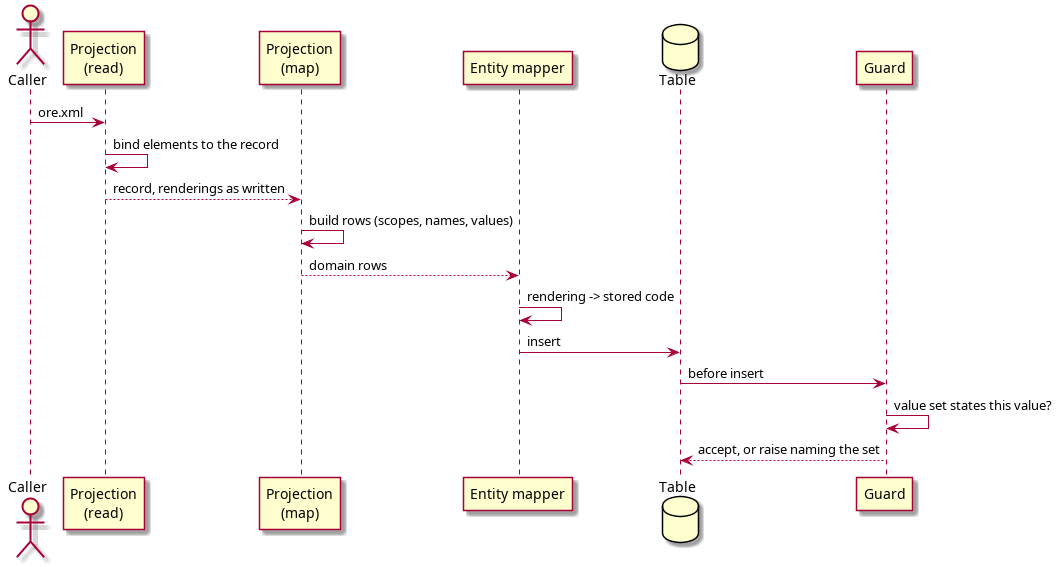
This is doc/knowledge/architecture/an_ore_document_becomes_rows_in_three_steps.png from OreStudio/OreStudio, a PlantUML export, as it was before one commit. Its source is kept beside it as doc/knowledge/architecture/an_ore_document_becomes_rows_in_three_steps.puml. The source it was exported from:
```plantuml
@startuml
actor "Caller" as caller
participant "Projection\n(read)" as codec
participant "Projection\n(map)" as map
participant "Entity mapper" as mapper
database "Table" as db
participant "Guard" as guard

caller -> codec : ore.xml
codec -> codec : bind elements to the record
codec --> map : record, renderings as written
map -> map : build rows (scopes, names, values)
map --> mapper : domain rows
mapper -> mapper : rendering -> stored code
mapper -> db : insert
db -> guard : before insert
guard -> guard : value set states this value?
guard --> db : accept, or raise naming the set
@enduml
```
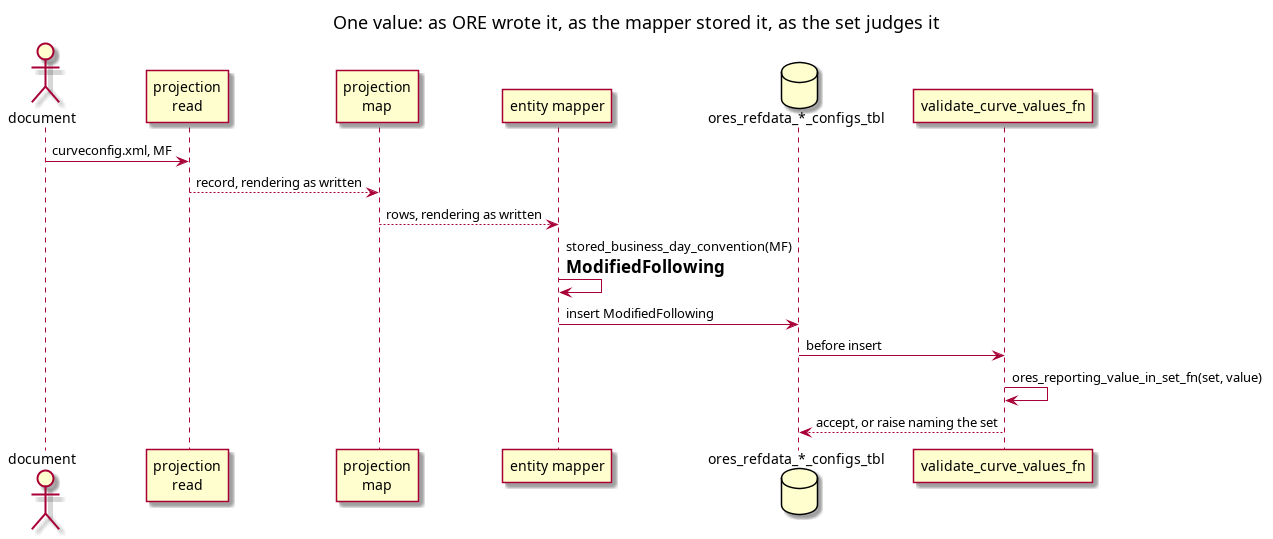
The same file after the commit.

What changed in the source:
```diff
@@ -1,19 +1,21 @@
 @startuml
-actor "Caller" as caller
-participant "Projection\n(read)" as codec
-participant "Projection\n(map)" as map
-participant "Entity mapper" as mapper
-database "Table" as db
-participant "Guard" as guard
 
-caller -> codec : ore.xml
-codec -> codec : bind elements to the record
-codec --> map : record, renderings as written
-map -> map : build rows (scopes, names, values)
-map --> mapper : domain rows
-mapper -> mapper : rendering -> stored code
-mapper -> db : insert
+title One value: as ORE wrote it, as the mapper stored it, as the set judges it
+
+actor "document" as caller
+participant "projection\nread" as codec
+participant "projection\nmap" as map
+participant "entity mapper" as mapper
+database "ores_refdata_*_configs_tbl" as db
+participant "validate_curve_values_fn" as guard
+
+caller -> codec : curveconfig.xml, MF
+codec --> map : record, rendering as written
+map --> mapper : rows, rendering as written
+mapper -> mapper : stored_business_day_convention(MF)\n= ModifiedFollowing
+mapper -> db : insert ModifiedFollowing
 db -> guard : before insert
-guard -> guard : value set states this value?
+guard -> guard : ores_reporting_value_in_set_fn(set, value)
 guard --> db : accept, or raise naming the set
+
 @enduml
```
